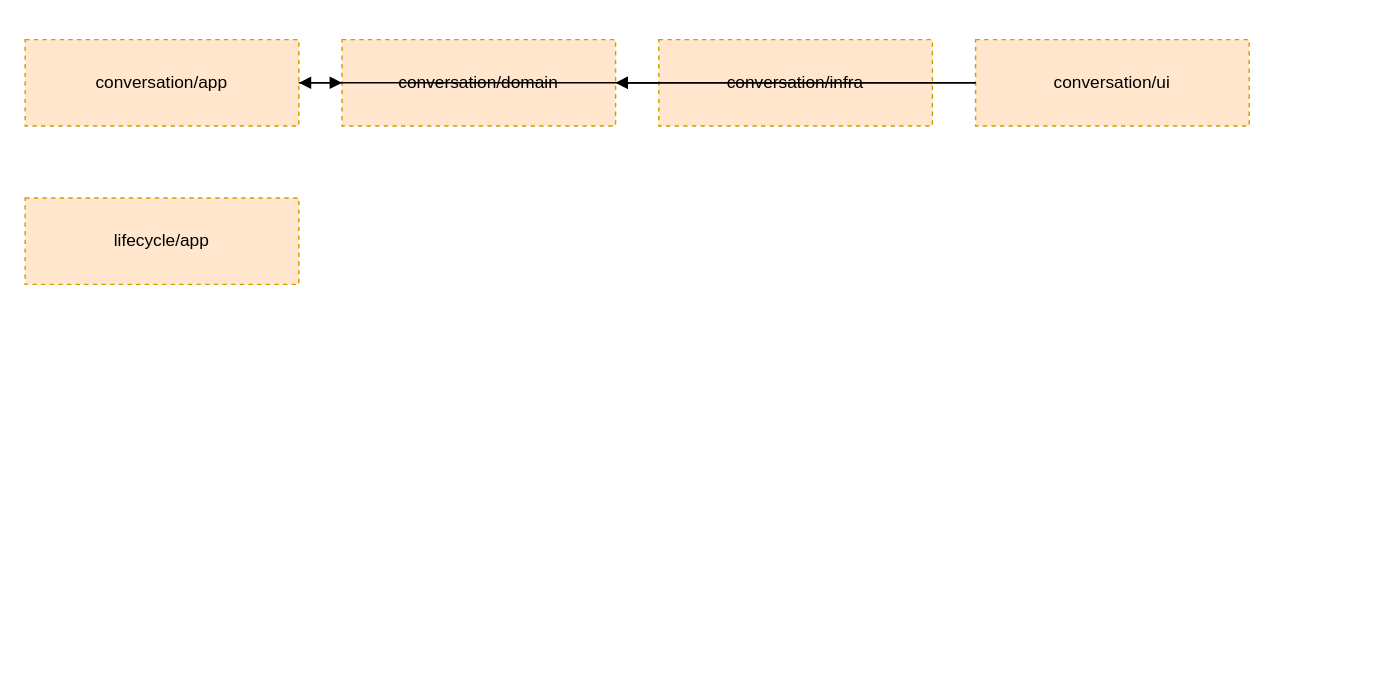
Earlier version of the draw.io diagram docs/architecture.drawio (ManuelSelch/pi-mini). Source tidied: cells renumbered, new cells numbered last; positions are measured from the earlier drawing's top-left corner, leaving out a move shared by most shapes. Both pictures are drawn from the tidied source at 144%, with x=0, y=0 at pixel (24, 39).
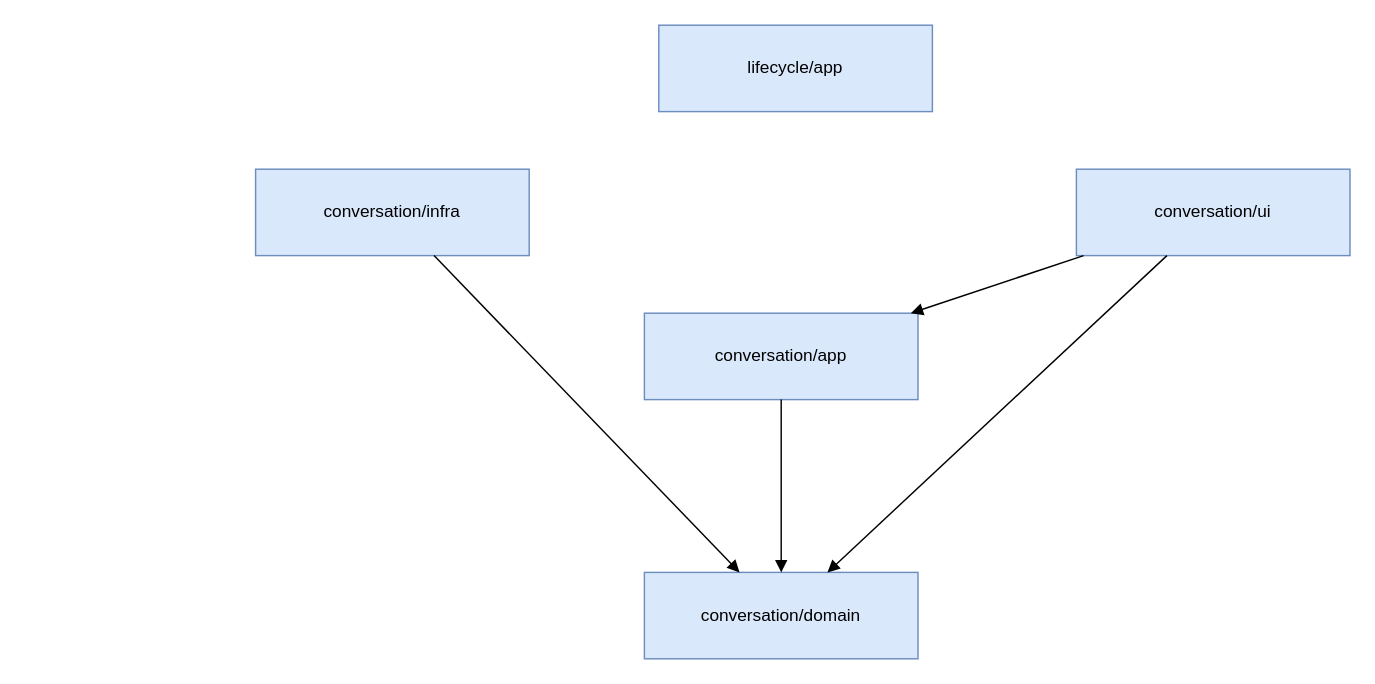
The same diagram, later.

What changed in the source:
```diff
@@
 <mxGraphModel>
   <root>
     <mxCell id="0" />
     <mxCell id="1" parent="0" />
-    <mxCell id="2" value="conversation/app" style="rounded=0;whiteSpace=wrap;html=1;dashed=1;fillColor=#ffe6cc;strokeColor=#d79b00;" parent="1" vertex="1">
-      <mxGeometry width="190" height="60" as="geometry" />
+    <mxCell id="2" value="conversation/app" style="rounded=0;whiteSpace=wrap;html=1;fillColor=#dae8fc;strokeColor=#6c8ebf;" parent="1" vertex="1">
+      <mxGeometry x="430" y="190" width="190" height="60" as="geometry" />
     </mxCell>
-    <mxCell id="3" value="conversation/domain" style="rounded=0;whiteSpace=wrap;html=1;dashed=1;fillColor=#ffe6cc;strokeColor=#d79b00;" parent="1" vertex="1">
-      <mxGeometry x="220" width="190" height="60" as="geometry" />
+    <mxCell id="3" value="conversation/domain" style="rounded=0;whiteSpace=wrap;html=1;fillColor=#dae8fc;strokeColor=#6c8ebf;" parent="1" vertex="1">
+      <mxGeometry x="430" y="370" width="190" height="60" as="geometry" />
     </mxCell>
-    <mxCell id="4" value="conversation/infra" style="rounded=0;whiteSpace=wrap;html=1;dashed=1;fillColor=#ffe6cc;strokeColor=#d79b00;" parent="1" vertex="1">
-      <mxGeometry x="440" width="190" height="60" as="geometry" />
+    <mxCell id="4" value="conversation/infra" style="rounded=0;whiteSpace=wrap;html=1;fillColor=#dae8fc;strokeColor=#6c8ebf;" parent="1" vertex="1">
+      <mxGeometry x="160" y="90" width="190" height="60" as="geometry" />
     </mxCell>
-    <mxCell id="5" value="conversation/ui" style="rounded=0;whiteSpace=wrap;html=1;dashed=1;fillColor=#ffe6cc;strokeColor=#d79b00;" parent="1" vertex="1">
-      <mxGeometry x="660" width="190" height="60" as="geometry" />
+    <mxCell id="5" value="conversation/ui" style="rounded=0;whiteSpace=wrap;html=1;fillColor=#dae8fc;strokeColor=#6c8ebf;" parent="1" vertex="1">
+      <mxGeometry x="730" y="90" width="190" height="60" as="geometry" />
     </mxCell>
-    <mxCell id="6" value="lifecycle/app" style="rounded=0;whiteSpace=wrap;html=1;dashed=1;fillColor=#ffe6cc;strokeColor=#d79b00;" parent="1" vertex="1">
-      <mxGeometry y="110" width="190" height="60" as="geometry" />
+    <mxCell id="6" value="lifecycle/app" style="rounded=0;whiteSpace=wrap;html=1;fillColor=#dae8fc;strokeColor=#6c8ebf;" parent="1" vertex="1">
+      <mxGeometry x="440" y="-10" width="190" height="60" as="geometry" />
     </mxCell>
     <mxCell id="7" style="endArrow=block;html=1;" parent="1" edge="1" source="2" target="3">
       <mxGeometry relative="1" as="geometry" />
     </mxCell>
     <mxCell id="8" style="endArrow=block;html=1;" parent="1" edge="1" source="4" target="3">
       <mxGeometry relative="1" as="geometry" />
     </mxCell>
     <mxCell id="9" style="endArrow=block;html=1;" parent="1" edge="1" source="5" target="2">
       <mxGeometry relative="1" as="geometry" />
     </mxCell>
     <mxCell id="10" style="endArrow=block;html=1;" parent="1" edge="1" source="5" target="3">
       <mxGeometry relative="1" as="geometry" />
     </mxCell>
   </root>
 </mxGraphModel>
```
